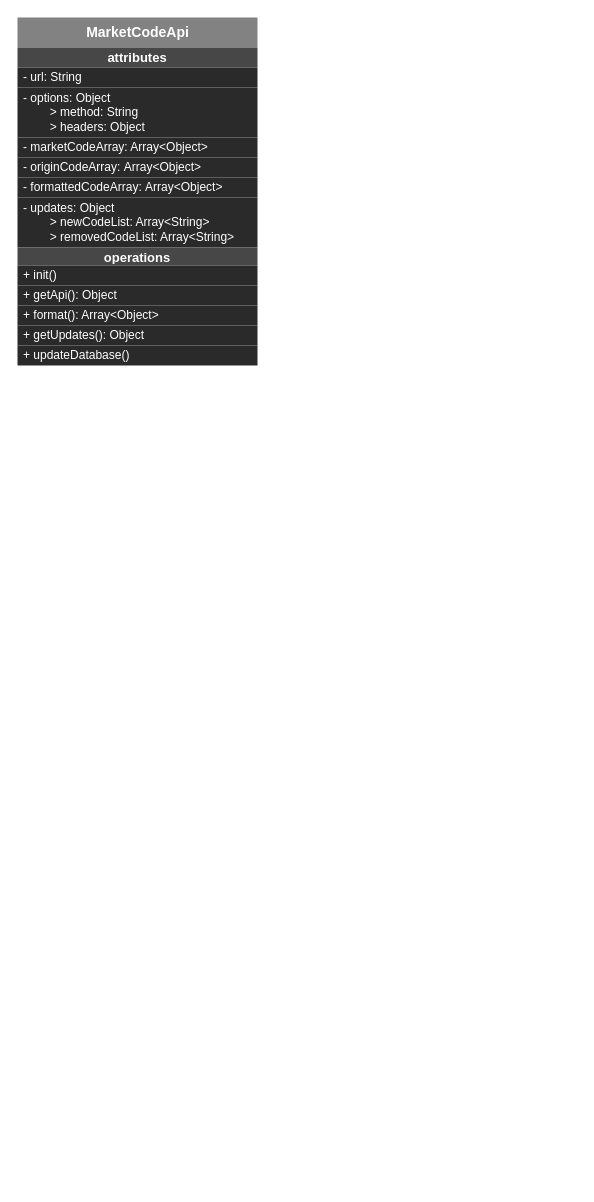
This is drawio/UpbitApiClassFlow.drawio from devKangMinHyeok/Project-C, a draw.io file, before an edit. Source tidied: cells renumbered, new cells numbered last; positions are measured from the earlier drawing's top-left corner, leaving out a move shared by most shapes. Both pictures are drawn from the tidied source at 100%, with x=0, y=0 at pixel (17, 17).
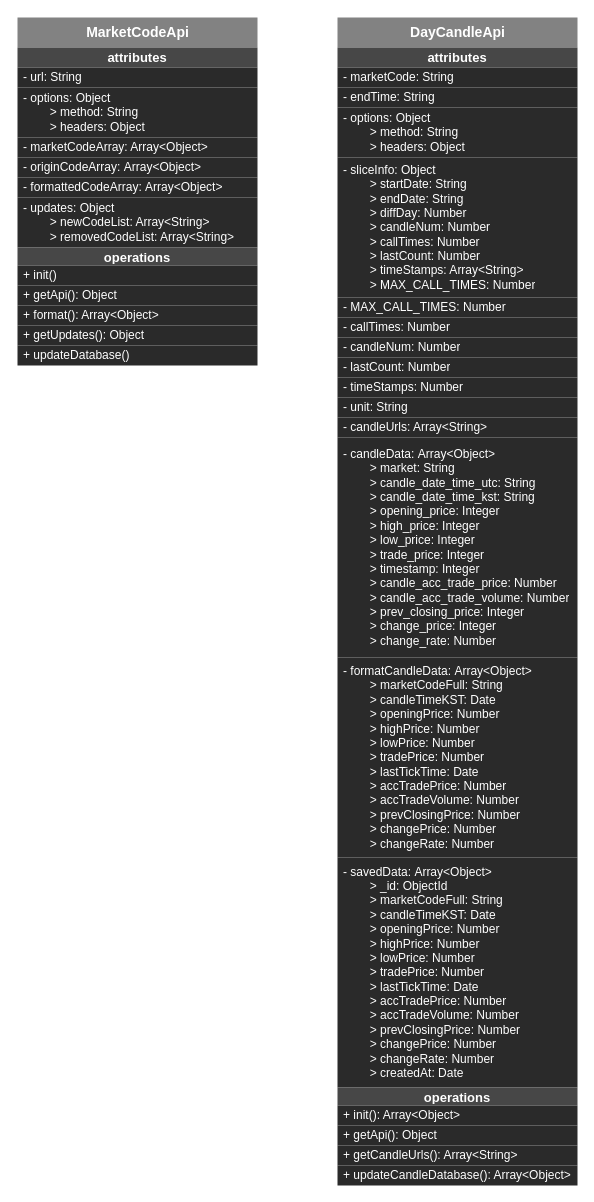
After the change.

Commit message (it also covers changes not shown here):
<docs> : Add Flow Chart of DayCandleApi Class to drawio "UpbitApiClassFlow"

- Add class(DayCandleApi) flow chart to drawio "UpbitApiClassFlow"
- Some hot fix

 On branch master
 Changes to be committed:
	modified:   drawio/UpbitApiClassFlow.drawio
	modified:   src/controllers/upbitApi.js

Diff of the diagram source:
```diff
@@
+    <mxCell id="16" value="&lt;font style=&quot;font-size: 14px&quot;&gt;&lt;b&gt;DayCandleApi&lt;/b&gt;&lt;/font&gt;" style="swimlane;fontStyle=0;align=center;verticalAlign=top;horizontal=1;startSize=30;html=1;strokeColor=none;fontColor=#FFFFFF;fillColor=#828282;" parent="1" vertex="1">
+      <mxGeometry x="320" width="240" height="1168" as="geometry" />
+    </mxCell>
+    <mxCell id="17" value="attributes" style="text;html=1;align=center;verticalAlign=middle;spacingLeft=4;spacingRight=4;overflow=hidden;fillColor=#474747;fontColor=#FFFFFF;fontSize=13;fontStyle=1;" parent="16" vertex="1">
+      <mxGeometry y="30" width="240" height="20" as="geometry" />
+    </mxCell>
+    <mxCell id="18" value="&lt;font&gt;- marketCode: String&lt;/font&gt;" style="text;html=1;align=left;verticalAlign=middle;spacingLeft=4;spacingRight=4;overflow=hidden;fillColor=#2a2a2a;fontColor=#FFFFFF;" parent="16" vertex="1">
+      <mxGeometry y="50" width="240" height="20" as="geometry" />
+    </mxCell>
+    <mxCell id="19" value="&lt;font&gt;- endTime: String&lt;/font&gt;" style="text;html=1;align=left;verticalAlign=middle;spacingLeft=4;spacingRight=4;overflow=hidden;fillColor=#2a2a2a;fontColor=#FFFFFF;" parent="16" vertex="1">
+      <mxGeometry y="70" width="240" height="20" as="geometry" />
+    </mxCell>
+    <mxCell id="20" value="&lt;font&gt;- options: Object&lt;br&gt;&lt;span style=&quot;white-space: pre&quot;&gt;&#9;&lt;/span&gt;&amp;gt; method: String&lt;br&gt;&lt;span style=&quot;white-space: pre&quot;&gt;&#9;&lt;/span&gt;&amp;gt; headers: Object&lt;br&gt;&lt;/font&gt;" style="text;html=1;align=left;verticalAlign=middle;spacingLeft=4;spacingRight=4;overflow=hidden;fillColor=#2a2a2a;fontColor=#FFFFFF;" parent="16" vertex="1">
+      <mxGeometry y="90" width="240" height="50" as="geometry" />
+    </mxCell>
+    <mxCell id="21" value="&lt;font&gt;- sliceInfo: Object&lt;br&gt;&lt;span&gt;&#9;&lt;/span&gt;&lt;span style=&quot;white-space: pre&quot;&gt;&#9;&lt;/span&gt;&amp;gt; startDate: String&lt;br&gt;&lt;span&gt;&#9;&lt;/span&gt;&lt;span style=&quot;white-space: pre&quot;&gt;&#9;&lt;/span&gt;&amp;gt; endDate: String&lt;br&gt;&lt;span style=&quot;white-space: pre&quot;&gt;&#9;&lt;/span&gt;&amp;gt; diffDay: Number&lt;br&gt;&lt;span style=&quot;white-space: pre&quot;&gt;&#9;&lt;/span&gt;&amp;gt; candleNum: Number&lt;br&gt;&lt;span style=&quot;white-space: pre&quot;&gt;&#9;&lt;/span&gt;&amp;gt; callTimes: Number&lt;br&gt;&lt;span style=&quot;white-space: pre&quot;&gt;&#9;&lt;/span&gt;&amp;gt; lastCount: Number&lt;br&gt;&lt;span style=&quot;white-space: pre&quot;&gt;&#9;&lt;/span&gt;&amp;gt; timeStamps: Array&amp;lt;String&amp;gt;&lt;br&gt;&lt;span style=&quot;white-space: pre&quot;&gt;&#9;&lt;/span&gt;&amp;gt; MAX_CALL_TIMES: Number&lt;br&gt;&lt;/font&gt;" style="text;html=1;align=left;verticalAlign=middle;spacingLeft=4;spacingRight=4;overflow=hidden;fillColor=#2a2a2a;fontColor=#FFFFFF;" parent="16" vertex="1">
+      <mxGeometry y="140" width="240" height="140" as="geometry" />
+    </mxCell>
+    <mxCell id="22" value="&lt;font&gt;- MAX_CALL_TIMES: Number&lt;/font&gt;" style="text;html=1;align=left;verticalAlign=middle;spacingLeft=4;spacingRight=4;overflow=hidden;fillColor=#2a2a2a;fontColor=#FFFFFF;" parent="16" vertex="1">
+      <mxGeometry y="280" width="240" height="20" as="geometry" />
+    </mxCell>
+    <mxCell id="23" value="&lt;font&gt;- callTimes: Number&lt;/font&gt;" style="text;html=1;align=left;verticalAlign=middle;spacingLeft=4;spacingRight=4;overflow=hidden;fillColor=#2a2a2a;fontColor=#FFFFFF;" parent="16" vertex="1">
+      <mxGeometry y="300" width="240" height="20" as="geometry" />
+    </mxCell>
+    <mxCell id="24" value="&lt;font&gt;- candleNum: Number&lt;/font&gt;" style="text;html=1;align=left;verticalAlign=middle;spacingLeft=4;spacingRight=4;overflow=hidden;fillColor=#2a2a2a;fontColor=#FFFFFF;" parent="16" vertex="1">
+      <mxGeometry y="320" width="240" height="20" as="geometry" />
+    </mxCell>
+    <mxCell id="25" value="&lt;font&gt;- lastCount: Number&lt;/font&gt;" style="text;html=1;align=left;verticalAlign=middle;spacingLeft=4;spacingRight=4;overflow=hidden;fillColor=#2a2a2a;fontColor=#FFFFFF;" parent="16" vertex="1">
+      <mxGeometry y="340" width="240" height="20" as="geometry" />
+    </mxCell>
+    <mxCell id="26" value="&lt;font&gt;- timeStamps: Number&lt;/font&gt;" style="text;html=1;align=left;verticalAlign=middle;spacingLeft=4;spacingRight=4;overflow=hidden;fillColor=#2a2a2a;fontColor=#FFFFFF;" parent="16" vertex="1">
+      <mxGeometry y="360" width="240" height="20" as="geometry" />
+    </mxCell>
+    <mxCell id="27" value="&lt;font&gt;- unit: String&lt;/font&gt;" style="text;html=1;align=left;verticalAlign=middle;spacingLeft=4;spacingRight=4;overflow=hidden;fillColor=#2a2a2a;fontColor=#FFFFFF;" parent="16" vertex="1">
+      <mxGeometry y="380" width="240" height="20" as="geometry" />
+    </mxCell>
+    <mxCell id="28" value="&lt;font&gt;- candleUrls: Array&amp;lt;String&amp;gt;&lt;/font&gt;" style="text;html=1;align=left;verticalAlign=middle;spacingLeft=4;spacingRight=4;overflow=hidden;fillColor=#2a2a2a;fontColor=#FFFFFF;" parent="16" vertex="1">
+      <mxGeometry y="400" width="240" height="20" as="geometry" />
+    </mxCell>
+    <mxCell id="29" value="&lt;font&gt;- candleData:&amp;nbsp;&lt;/font&gt;Array&amp;lt;Object&amp;gt;&lt;br&gt;&lt;span style=&quot;white-space: pre&quot;&gt;&#9;&lt;/span&gt;&amp;gt; market: String&lt;br&gt;&lt;span style=&quot;white-space: pre&quot;&gt;&#9;&lt;/span&gt;&amp;gt; candle_date_time_utc: String&lt;br&gt;&lt;span style=&quot;white-space: pre&quot;&gt;&#9;&lt;/span&gt;&amp;gt; candle_date_time_kst: String&lt;br&gt;&lt;span style=&quot;white-space: pre&quot;&gt;&#9;&lt;/span&gt;&amp;gt; opening_price: Integer&lt;br&gt;&lt;span style=&quot;white-space: pre&quot;&gt;&#9;&lt;/span&gt;&amp;gt; high_price: Integer&lt;br&gt;&lt;span style=&quot;white-space: pre&quot;&gt;&#9;&lt;/span&gt;&amp;gt; low_price: Integer&lt;br&gt;&lt;span style=&quot;white-space: pre&quot;&gt;&#9;&lt;/span&gt;&amp;gt; trade_price: Integer&lt;br&gt;&lt;span style=&quot;white-space: pre&quot;&gt;&#9;&lt;/span&gt;&amp;gt; timestamp: Integer&lt;br&gt;&lt;span style=&quot;white-space: pre&quot;&gt;&#9;&lt;/span&gt;&amp;gt; candle_acc_trade_price: Number&lt;br&gt;&lt;span style=&quot;white-space: pre&quot;&gt;&#9;&lt;/span&gt;&amp;gt; candle_acc_trade_volume: Number&lt;br&gt;&lt;span style=&quot;white-space: pre&quot;&gt;&#9;&lt;/span&gt;&amp;gt; prev_closing_price: Integer&lt;br&gt;&lt;span style=&quot;white-space: pre&quot;&gt;&#9;&lt;/span&gt;&amp;gt; change_price: Integer&lt;br&gt;&lt;span style=&quot;white-space: pre&quot;&gt;&#9;&lt;/span&gt;&amp;gt; change_rate: Number" style="text;html=1;align=left;verticalAlign=middle;spacingLeft=4;spacingRight=4;overflow=hidden;fillColor=#2a2a2a;fontColor=#FFFFFF;" parent="16" vertex="1">
+      <mxGeometry y="420" width="240" height="220" as="geometry" />
+    </mxCell>
+    <mxCell id="30" value="&lt;font&gt;- formatCandleData:&amp;nbsp;&lt;/font&gt;Array&amp;lt;Object&amp;gt;&lt;br&gt;&lt;span style=&quot;white-space: pre&quot;&gt;&#9;&lt;/span&gt;&amp;gt; marketCodeFull: String&lt;br&gt;&lt;span style=&quot;white-space: pre&quot;&gt;&#9;&lt;/span&gt;&amp;gt; candleTimeKST: Date&lt;br&gt;&lt;span style=&quot;white-space: pre&quot;&gt;&#9;&lt;/span&gt;&amp;gt; openingPrice: Number&lt;br&gt;&lt;span style=&quot;white-space: pre&quot;&gt;&#9;&lt;/span&gt;&amp;gt; highPrice: Number&lt;br&gt;&lt;span style=&quot;white-space: pre&quot;&gt;&#9;&lt;/span&gt;&amp;gt; lowPrice: Number&lt;br&gt;&lt;span style=&quot;white-space: pre&quot;&gt;&#9;&lt;/span&gt;&amp;gt; tradePrice: Number&lt;br&gt;&lt;span style=&quot;white-space: pre&quot;&gt;&#9;&lt;/span&gt;&amp;gt; lastTickTime: Date&lt;br&gt;&lt;span style=&quot;white-space: pre&quot;&gt;&#9;&lt;/span&gt;&amp;gt; accTradePrice: Number&lt;br&gt;&lt;span style=&quot;white-space: pre&quot;&gt;&#9;&lt;/span&gt;&amp;gt; accTradeVolume: Number&lt;br&gt;&lt;span style=&quot;white-space: pre&quot;&gt;&#9;&lt;/span&gt;&amp;gt; prevClosingPrice: Number&lt;br&gt;&lt;span style=&quot;white-space: pre&quot;&gt;&#9;&lt;/span&gt;&amp;gt; changePrice: Number&lt;br&gt;&lt;span style=&quot;white-space: pre&quot;&gt;&#9;&lt;/span&gt;&amp;gt; changeRate: Number" style="text;html=1;align=left;verticalAlign=middle;spacingLeft=4;spacingRight=4;overflow=hidden;fillColor=#2a2a2a;fontColor=#FFFFFF;" parent="16" vertex="1">
+      <mxGeometry y="640" width="240" height="200" as="geometry" />
+    </mxCell>
+    <mxCell id="31" value="&lt;font&gt;- savedData:&amp;nbsp;&lt;/font&gt;Array&amp;lt;Object&amp;gt;&lt;br&gt;&lt;span style=&quot;white-space: pre&quot;&gt;&#9;&lt;/span&gt;&amp;gt; _id: ObjectId&lt;br&gt;&lt;span style=&quot;white-space: pre&quot;&gt;&#9;&lt;/span&gt;&amp;gt; marketCodeFull: String&lt;br&gt;&lt;span style=&quot;white-space: pre&quot;&gt;&#9;&lt;/span&gt;&amp;gt; candleTimeKST: Date&lt;br&gt;&lt;span style=&quot;white-space: pre&quot;&gt;&#9;&lt;/span&gt;&amp;gt; openingPrice: Number&lt;br&gt;&lt;span style=&quot;white-space: pre&quot;&gt;&#9;&lt;/span&gt;&amp;gt; highPrice: Number&lt;br&gt;&lt;span style=&quot;white-space: pre&quot;&gt;&#9;&lt;/span&gt;&amp;gt; lowPrice: Number&lt;br&gt;&lt;span style=&quot;white-space: pre&quot;&gt;&#9;&lt;/span&gt;&amp;gt; tradePrice: Number&lt;br&gt;&lt;span style=&quot;white-space: pre&quot;&gt;&#9;&lt;/span&gt;&amp;gt; lastTickTime: Date&lt;br&gt;&lt;span style=&quot;white-space: pre&quot;&gt;&#9;&lt;/span&gt;&amp;gt; accTradePrice: Number&lt;br&gt;&lt;span style=&quot;white-space: pre&quot;&gt;&#9;&lt;/span&gt;&amp;gt; accTradeVolume: Number&lt;br&gt;&lt;span style=&quot;white-space: pre&quot;&gt;&#9;&lt;/span&gt;&amp;gt; prevClosingPrice: Number&lt;br&gt;&lt;span style=&quot;white-space: pre&quot;&gt;&#9;&lt;/span&gt;&amp;gt; changePrice: Number&lt;br&gt;&lt;span style=&quot;white-space: pre&quot;&gt;&#9;&lt;/span&gt;&amp;gt; changeRate: Number&lt;br&gt;&lt;span style=&quot;white-space: pre&quot;&gt;&#9;&lt;/span&gt;&amp;gt; createdAt: Date" style="text;html=1;align=left;verticalAlign=middle;spacingLeft=4;spacingRight=4;overflow=hidden;fillColor=#2a2a2a;fontColor=#FFFFFF;" parent="16" vertex="1">
+      <mxGeometry y="840" width="240" height="230" as="geometry" />
+    </mxCell>
+    <mxCell id="32" value="operations" style="text;html=1;align=center;verticalAlign=middle;spacingLeft=4;spacingRight=4;overflow=hidden;fillColor=#474747;fontColor=#FFFFFF;fontSize=13;fontStyle=1;" parent="16" vertex="1">
+      <mxGeometry y="1070" width="240" height="18" as="geometry" />
+    </mxCell>
+    <mxCell id="33" value="+ init(): Array&amp;lt;Object&amp;gt;" style="text;html=1;align=left;verticalAlign=middle;spacingLeft=4;spacingRight=4;overflow=hidden;fillColor=#2a2a2a;fontColor=#FFFFFF;" parent="16" vertex="1">
+      <mxGeometry y="1088" width="240" height="20" as="geometry" />
+    </mxCell>
+    <mxCell id="34" value="+ getApi(): Object" style="text;html=1;align=left;verticalAlign=middle;spacingLeft=4;spacingRight=4;overflow=hidden;fillColor=#2a2a2a;fontColor=#FFFFFF;" parent="16" vertex="1">
+      <mxGeometry y="1108" width="240" height="20" as="geometry" />
+    </mxCell>
+    <mxCell id="35" value="+ getCandleUrls(): Array&amp;lt;String&amp;gt;" style="text;html=1;align=left;verticalAlign=middle;spacingLeft=4;spacingRight=4;overflow=hidden;fillColor=#2a2a2a;fontColor=#FFFFFF;" parent="16" vertex="1">
+      <mxGeometry y="1128" width="240" height="20" as="geometry" />
+    </mxCell>
+    <mxCell id="36" value="+ updateCandleDatabase(): Array&amp;lt;Object&amp;gt;" style="text;html=1;align=left;verticalAlign=middle;spacingLeft=4;spacingRight=4;overflow=hidden;fillColor=#2a2a2a;fontColor=#FFFFFF;" parent="16" vertex="1">
+      <mxGeometry y="1148" width="240" height="20" as="geometry" />
+    </mxCell>
```
